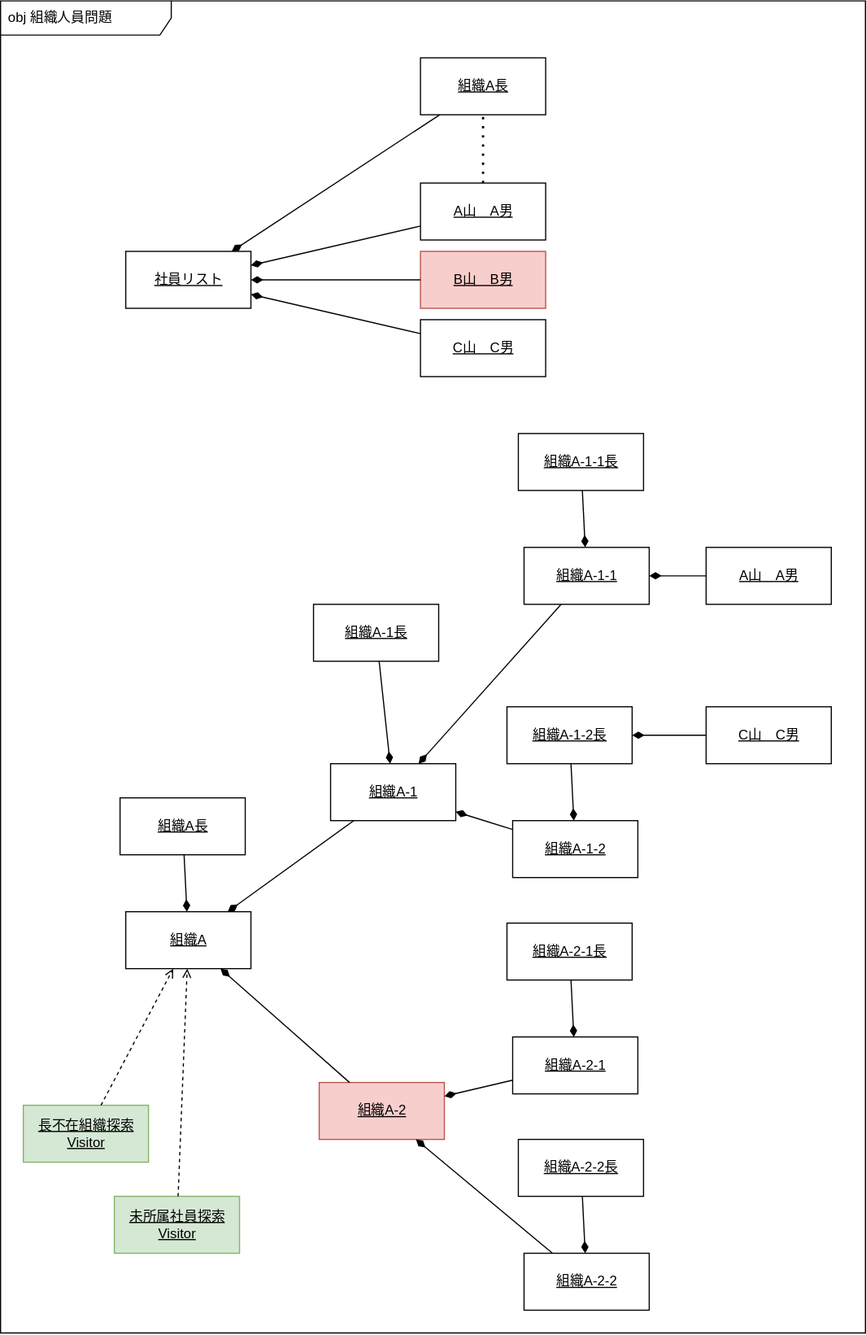
bosssanovar/LightMvvmSample keeps this draw.io diagram as Designs/組織構成設計/組織人員問題判定方法検討オブジェクト図.svg. Above is the earlier version. Source tidied: cells renumbered, new cells last; positions are measured from the earlier drawing's top-left corner, leaving out a move shared by most shapes. The source it was exported from:
```xml
<mxGraphModel>
  <root>
    <mxCell id="0" />
    <mxCell id="1" parent="0" />
    <mxCell id="2" value="obj 組織人員問題" style="shape=umlFrame;whiteSpace=wrap;html=1;width=150;height=30;boundedLbl=1;verticalAlign=middle;align=left;spacingLeft=5;swimlaneFillColor=default;" parent="1" vertex="1">
      <mxGeometry width="760" height="1170" as="geometry" />
    </mxCell>
    <mxCell id="3" value="組織A" style="html=1;fontStyle=4;" parent="1" vertex="1">
      <mxGeometry x="110" y="800" width="110" height="50" as="geometry" />
    </mxCell>
    <mxCell id="4" value="組織A-1" style="html=1;fontStyle=4;" parent="1" vertex="1">
      <mxGeometry x="290" y="670" width="110" height="50" as="geometry" />
    </mxCell>
    <mxCell id="5" value="組織A-2" style="html=1;fontStyle=4;fillColor=#f8cecc;strokeColor=#b85450;" parent="1" vertex="1">
      <mxGeometry x="280" y="950" width="110" height="50" as="geometry" />
    </mxCell>
    <mxCell id="6" value="組織A-1-1" style="html=1;fontStyle=4;" parent="1" vertex="1">
      <mxGeometry x="460" y="480" width="110" height="50" as="geometry" />
    </mxCell>
    <mxCell id="7" value="組織A-1-2" style="html=1;fontStyle=4;" parent="1" vertex="1">
      <mxGeometry x="450" y="720" width="110" height="50" as="geometry" />
    </mxCell>
    <mxCell id="8" value="組織A-2-1" style="html=1;fontStyle=4;" parent="1" vertex="1">
      <mxGeometry x="450" y="910" width="110" height="50" as="geometry" />
    </mxCell>
    <mxCell id="9" value="組織A-2-2" style="html=1;fontStyle=4;" parent="1" vertex="1">
      <mxGeometry x="460" y="1100" width="110" height="50" as="geometry" />
    </mxCell>
    <mxCell id="10" style="endArrow=none;startArrow=diamondThin;endFill=0;startFill=1;html=1;verticalAlign=bottom;labelBackgroundColor=none;strokeWidth=1;startSize=8;endSize=8;" parent="1" edge="1" source="3" target="4">
      <mxGeometry relative="1" as="geometry" />
    </mxCell>
    <mxCell id="11" style="endArrow=none;startArrow=diamondThin;endFill=0;startFill=1;html=1;verticalAlign=bottom;labelBackgroundColor=none;strokeWidth=1;startSize=8;endSize=8;" parent="1" edge="1" source="3" target="5">
      <mxGeometry relative="1" as="geometry" />
    </mxCell>
    <mxCell id="12" style="endArrow=none;startArrow=diamondThin;endFill=0;startFill=1;html=1;verticalAlign=bottom;labelBackgroundColor=none;strokeWidth=1;startSize=8;endSize=8;" parent="1" edge="1" source="5" target="9">
      <mxGeometry relative="1" as="geometry" />
    </mxCell>
    <mxCell id="13" style="endArrow=none;startArrow=diamondThin;endFill=0;startFill=1;html=1;verticalAlign=bottom;labelBackgroundColor=none;strokeWidth=1;startSize=8;endSize=8;" parent="1" edge="1" source="5" target="8">
      <mxGeometry relative="1" as="geometry" />
    </mxCell>
    <mxCell id="14" style="endArrow=none;startArrow=diamondThin;endFill=0;startFill=1;html=1;verticalAlign=bottom;labelBackgroundColor=none;strokeWidth=1;startSize=8;endSize=8;" parent="1" edge="1" source="4" target="6">
      <mxGeometry relative="1" as="geometry" />
    </mxCell>
    <mxCell id="15" style="endArrow=none;startArrow=diamondThin;endFill=0;startFill=1;html=1;verticalAlign=bottom;labelBackgroundColor=none;strokeWidth=1;startSize=8;endSize=8;" parent="1" edge="1" source="4" target="7">
      <mxGeometry relative="1" as="geometry" />
    </mxCell>
    <mxCell id="16" value="組織A長" style="html=1;fontStyle=4;" parent="1" vertex="1">
      <mxGeometry x="105" y="700" width="110" height="50" as="geometry" />
    </mxCell>
    <mxCell id="17" value="組織A-1長" style="html=1;fontStyle=4;" parent="1" vertex="1">
      <mxGeometry x="275" y="530" width="110" height="50" as="geometry" />
    </mxCell>
    <mxCell id="18" value="組織A-1-1長" style="html=1;fontStyle=4;" parent="1" vertex="1">
      <mxGeometry x="455" y="380" width="110" height="50" as="geometry" />
    </mxCell>
    <mxCell id="19" value="組織A-1-2長" style="html=1;fontStyle=4;" parent="1" vertex="1">
      <mxGeometry x="445" y="620" width="110" height="50" as="geometry" />
    </mxCell>
    <mxCell id="20" value="組織A-2-1長" style="html=1;fontStyle=4;" parent="1" vertex="1">
      <mxGeometry x="445" y="810" width="110" height="50" as="geometry" />
    </mxCell>
    <mxCell id="21" value="組織A-2-2長" style="html=1;fontStyle=4;" parent="1" vertex="1">
      <mxGeometry x="455" y="1000" width="110" height="50" as="geometry" />
    </mxCell>
    <mxCell id="22" style="endArrow=none;startArrow=diamondThin;endFill=0;startFill=1;html=1;verticalAlign=bottom;labelBackgroundColor=none;strokeWidth=1;startSize=8;endSize=8;" parent="1" edge="1" source="3" target="16">
      <mxGeometry relative="1" as="geometry" />
    </mxCell>
    <mxCell id="23" style="endArrow=none;startArrow=diamondThin;endFill=0;startFill=1;html=1;verticalAlign=bottom;labelBackgroundColor=none;strokeWidth=1;startSize=8;endSize=8;" parent="1" edge="1" source="4" target="17">
      <mxGeometry relative="1" as="geometry" />
    </mxCell>
    <mxCell id="24" style="endArrow=none;startArrow=diamondThin;endFill=0;startFill=1;html=1;verticalAlign=bottom;labelBackgroundColor=none;strokeWidth=1;startSize=8;endSize=8;" parent="1" edge="1" source="6" target="18">
      <mxGeometry relative="1" as="geometry" />
    </mxCell>
    <mxCell id="25" style="endArrow=none;startArrow=diamondThin;endFill=0;startFill=1;html=1;verticalAlign=bottom;labelBackgroundColor=none;strokeWidth=1;startSize=8;endSize=8;" parent="1" edge="1" source="7" target="19">
      <mxGeometry relative="1" as="geometry" />
    </mxCell>
    <mxCell id="26" style="endArrow=none;startArrow=diamondThin;endFill=0;startFill=1;html=1;verticalAlign=bottom;labelBackgroundColor=none;strokeWidth=1;startSize=8;endSize=8;" parent="1" edge="1" source="8" target="20">
      <mxGeometry relative="1" as="geometry" />
    </mxCell>
    <mxCell id="27" style="endArrow=none;startArrow=diamondThin;endFill=0;startFill=1;html=1;verticalAlign=bottom;labelBackgroundColor=none;strokeWidth=1;startSize=8;endSize=8;" parent="1" edge="1" source="9" target="21">
      <mxGeometry relative="1" as="geometry" />
    </mxCell>
    <mxCell id="28" value="長不在組織探索&lt;br&gt;Visitor" style="html=1;fontStyle=4;fillColor=#d5e8d4;strokeColor=#82b366;" parent="1" vertex="1">
      <mxGeometry x="20" y="970" width="110" height="50" as="geometry" />
    </mxCell>
    <mxCell id="29" style="html=1;verticalAlign=bottom;labelBackgroundColor=none;endArrow=open;endFill=0;dashed=1;" parent="1" edge="1" source="28" target="3">
      <mxGeometry relative="1" as="geometry" />
    </mxCell>
    <mxCell id="30" value="社員リスト" style="html=1;fontStyle=4;" parent="1" vertex="1">
      <mxGeometry x="110" y="220" width="110" height="50" as="geometry" />
    </mxCell>
    <mxCell id="31" value="A山　A男" style="html=1;fontStyle=4;" parent="1" vertex="1">
      <mxGeometry x="369" y="160" width="110" height="50" as="geometry" />
    </mxCell>
    <mxCell id="32" style="endArrow=none;startArrow=diamondThin;endFill=0;startFill=1;html=1;verticalAlign=bottom;labelBackgroundColor=none;strokeWidth=1;startSize=8;endSize=8;" parent="1" edge="1" source="30" target="31">
      <mxGeometry relative="1" as="geometry" />
    </mxCell>
    <mxCell id="33" value="B山　B男" style="html=1;fontStyle=4;fillColor=#f8cecc;strokeColor=#b85450;" parent="1" vertex="1">
      <mxGeometry x="369" y="220" width="110" height="50" as="geometry" />
    </mxCell>
    <mxCell id="34" value="C山　C男" style="html=1;fontStyle=4;" parent="1" vertex="1">
      <mxGeometry x="369" y="280" width="110" height="50" as="geometry" />
    </mxCell>
    <mxCell id="35" style="endArrow=none;startArrow=diamondThin;endFill=0;startFill=1;html=1;verticalAlign=bottom;labelBackgroundColor=none;strokeWidth=1;startSize=8;endSize=8;exitX=1;exitY=0.5;exitDx=0;exitDy=0;" parent="1" edge="1" source="30" target="33">
      <mxGeometry relative="1" as="geometry" />
    </mxCell>
    <mxCell id="36" style="endArrow=none;startArrow=diamondThin;endFill=0;startFill=1;html=1;verticalAlign=bottom;labelBackgroundColor=none;strokeWidth=1;startSize=8;endSize=8;" parent="1" edge="1" source="30" target="34">
      <mxGeometry relative="1" as="geometry" />
    </mxCell>
    <mxCell id="37" value="未所属社員探索&lt;br&gt;Visitor" style="html=1;fontStyle=4;fillColor=#d5e8d4;strokeColor=#82b366;" parent="1" vertex="1">
      <mxGeometry x="100" y="1050" width="110" height="50" as="geometry" />
    </mxCell>
    <mxCell id="38" style="html=1;verticalAlign=bottom;labelBackgroundColor=none;endArrow=open;endFill=0;dashed=1;" parent="1" edge="1" source="37" target="3">
      <mxGeometry relative="1" as="geometry" />
    </mxCell>
    <mxCell id="39" value="A山　A男" style="html=1;fontStyle=4;" parent="1" vertex="1">
      <mxGeometry x="620" y="480" width="110" height="50" as="geometry" />
    </mxCell>
    <mxCell id="40" style="endArrow=none;startArrow=diamondThin;endFill=0;startFill=1;html=1;verticalAlign=bottom;labelBackgroundColor=none;strokeWidth=1;startSize=8;endSize=8;" parent="1" edge="1" source="6" target="39">
      <mxGeometry relative="1" as="geometry" />
    </mxCell>
    <mxCell id="41" value="C山　C男" style="html=1;fontStyle=4;" parent="1" vertex="1">
      <mxGeometry x="620" y="620" width="110" height="50" as="geometry" />
    </mxCell>
    <mxCell id="42" style="endArrow=none;startArrow=diamondThin;endFill=0;startFill=1;html=1;verticalAlign=bottom;labelBackgroundColor=none;strokeWidth=1;startSize=8;endSize=8;" parent="1" edge="1" source="19" target="41">
      <mxGeometry relative="1" as="geometry" />
    </mxCell>
    <mxCell id="43" value="組織A長" style="html=1;fontStyle=4;" parent="1" vertex="1">
      <mxGeometry x="369" y="50" width="110" height="50" as="geometry" />
    </mxCell>
    <mxCell id="44" style="endArrow=none;startArrow=diamondThin;endFill=0;startFill=1;html=1;verticalAlign=bottom;labelBackgroundColor=none;strokeWidth=1;startSize=8;endSize=8;" parent="1" edge="1" source="30" target="43">
      <mxGeometry relative="1" as="geometry" />
    </mxCell>
    <mxCell id="45" style="endArrow=none;dashed=1;html=1;dashPattern=1 3;strokeWidth=2;entryX=0.5;entryY=1;entryDx=0;entryDy=0;exitX=0.5;exitY=0;exitDx=0;exitDy=0;" parent="1" edge="1" source="31" target="43">
      <mxGeometry relative="1" as="geometry" />
    </mxCell>
  </root>
</mxGraphModel>
```
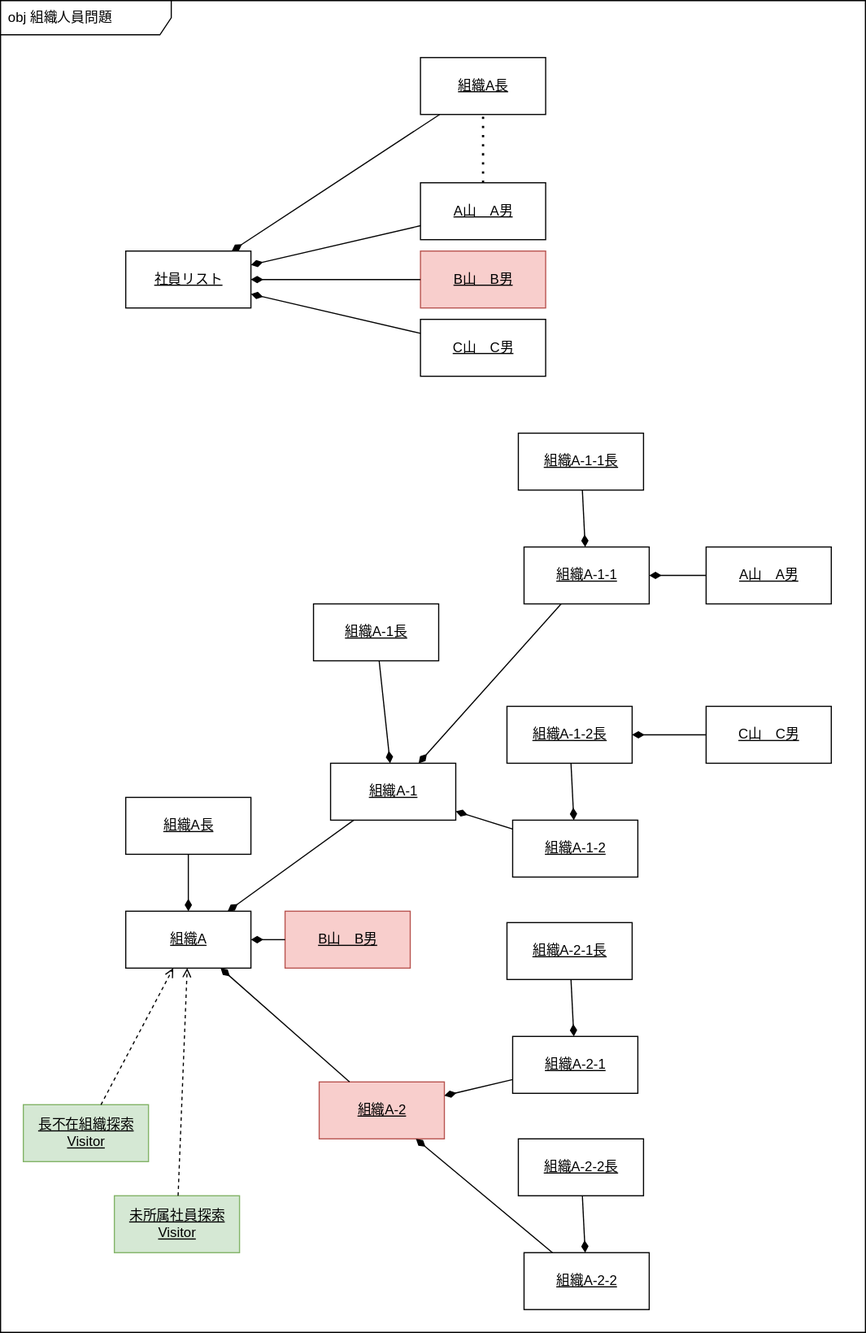
The same file after the commit.

The edit, as a diff of the source:
```diff
@@ -45,7 +45,7 @@
       <mxGeometry relative="1" as="geometry" />
     </mxCell>
     <mxCell id="16" value="組織A長" style="html=1;fontStyle=4;" parent="1" vertex="1">
-      <mxGeometry x="105" y="700" width="110" height="50" as="geometry" />
+      <mxGeometry x="110" y="700" width="110" height="50" as="geometry" />
     </mxCell>
     <mxCell id="17" value="組織A-1長" style="html=1;fontStyle=4;" parent="1" vertex="1">
       <mxGeometry x="275" y="530" width="110" height="50" as="geometry" />
@@ -134,5 +134,11 @@
     <mxCell id="45" style="endArrow=none;dashed=1;html=1;dashPattern=1 3;strokeWidth=2;entryX=0.5;entryY=1;entryDx=0;entryDy=0;exitX=0.5;exitY=0;exitDx=0;exitDy=0;" parent="1" edge="1" source="31" target="43">
       <mxGeometry relative="1" as="geometry" />
     </mxCell>
+    <mxCell id="46" value="B山　B男" style="html=1;fontStyle=4;fillColor=#f8cecc;strokeColor=#b85450;" parent="1" vertex="1">
+      <mxGeometry x="250" y="800" width="110" height="50" as="geometry" />
+    </mxCell>
+    <mxCell id="47" style="endArrow=none;startArrow=diamondThin;endFill=0;startFill=1;html=1;verticalAlign=bottom;labelBackgroundColor=none;strokeWidth=1;startSize=8;endSize=8;" parent="1" edge="1" source="3" target="46">
+      <mxGeometry relative="1" as="geometry" />
+    </mxCell>
   </root>
 </mxGraphModel>
```
